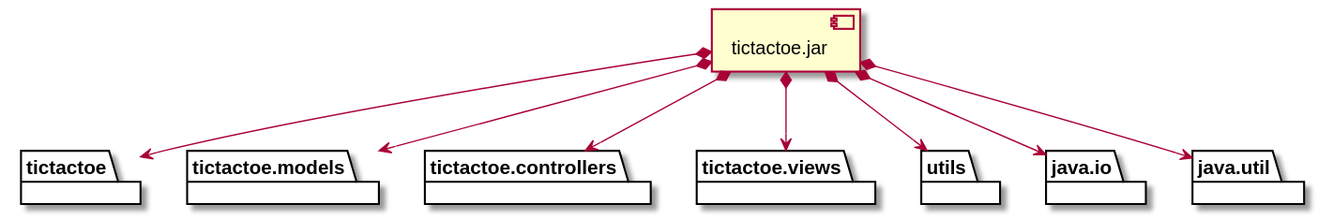
Before: docs/build/docs/asciidoc/images/diagramaImplementacion.svg, a diagram exported from PlantUML (x-USantaTecla-game-ticTacToe/java).
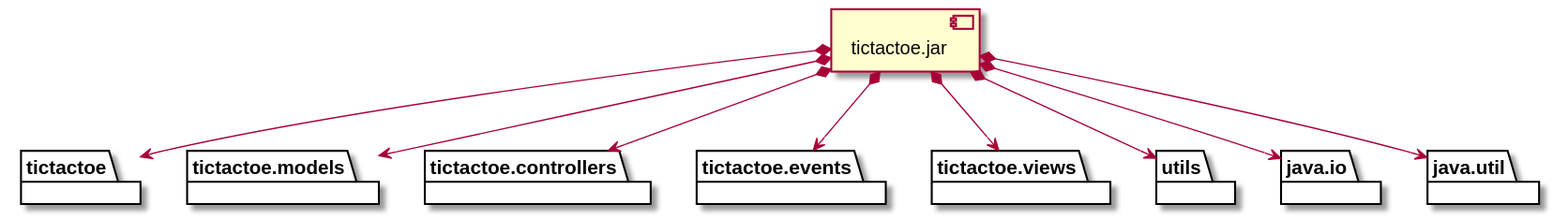
After the change.

The edit, as a diff of the source:
```diff
@@ -5,6 +5,8 @@
 package "  "  as tictactoe.models {
 }
 package "  "  as tictactoe.controllers {
+}
+package "  "  as tictactoe.events {
 }
 package "  "  as tictactoe.views {
 }
@@ -20,6 +22,7 @@
 jar *--> tictactoe
 jar *--> tictactoe.models
 jar *--> tictactoe.controllers
+jar *--> tictactoe.events
 jar *--> tictactoe.views
 jar *--> utils
 jar *--> java.io
```
